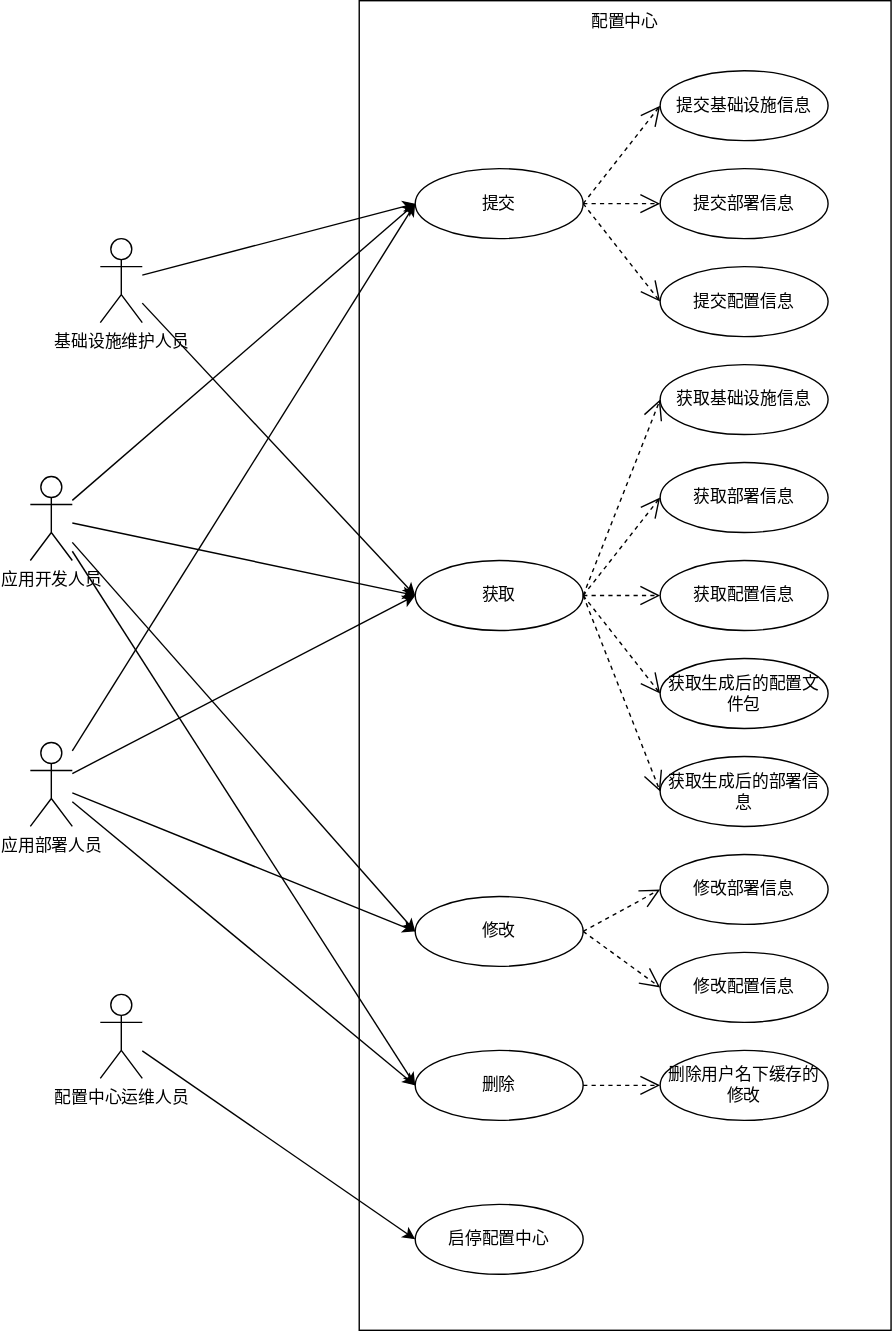
The draw.io diagram docs/images/需规/用例图1.2.svg in dalgorithm-bastar/configer, before a commit. Source tidied: cells renumbered, new cells last; positions are measured from the earlier drawing's top-left corner, leaving out a move shared by most shapes.
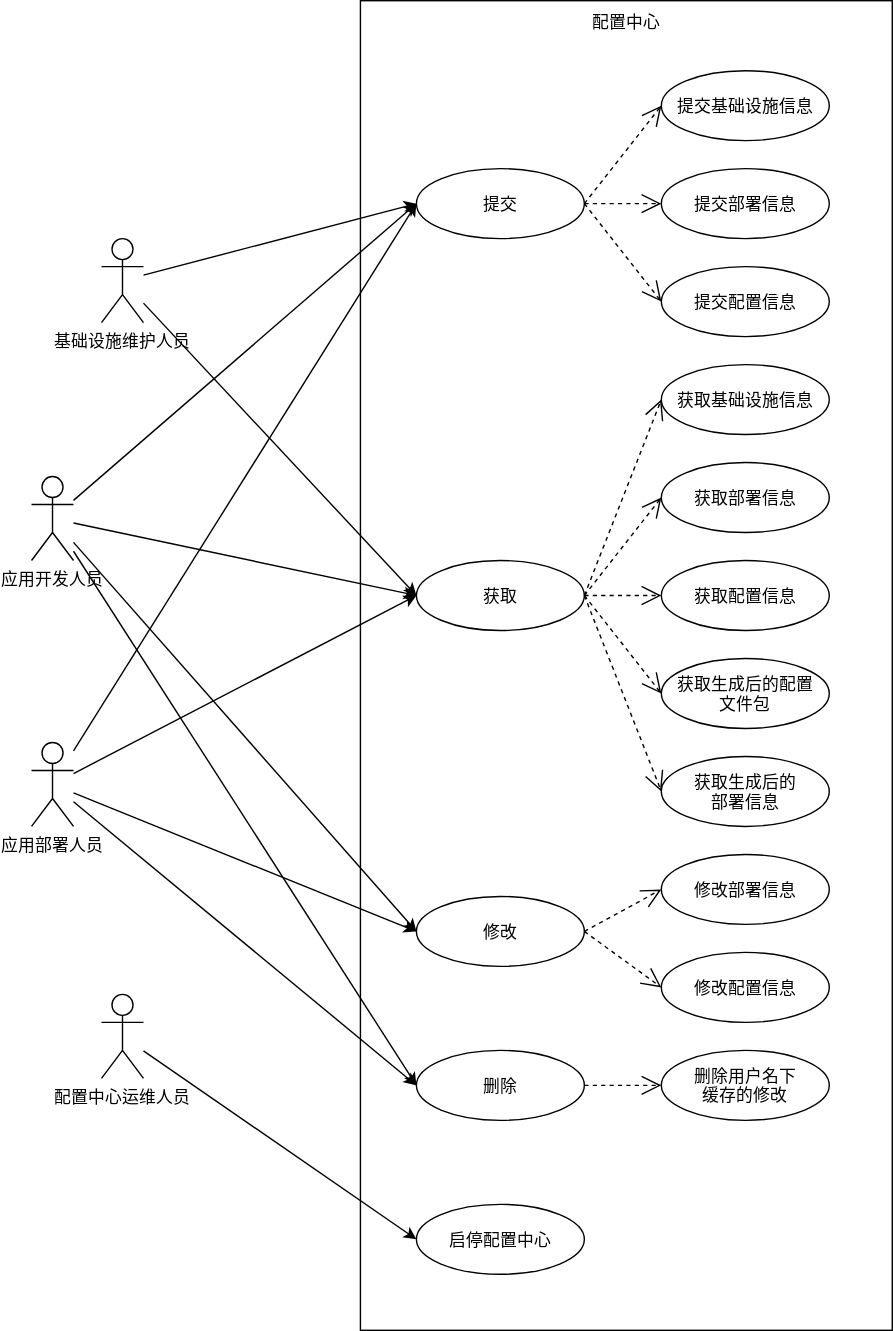
The same diagram one commit later.

Diff of the diagram source:
```diff
@@ -11,7 +11,7 @@
     <mxCell id="4" style="edgeStyle=none;html=1;entryX=0;entryY=0.5;entryDx=0;entryDy=0;" parent="1" edge="1" source="5" target="26">
       <mxGeometry relative="1" as="geometry" />
     </mxCell>
-    <mxCell id="5" value="基础设施维护人员" style="shape=umlActor;verticalLabelPosition=bottom;verticalAlign=top;html=1;" parent="1" vertex="1">
+    <mxCell id="5" value="基础设施维护人员" style="shape=umlActor;verticalLabelPosition=bottom;verticalAlign=top;" parent="1" vertex="1">
       <mxGeometry x="50" y="170" width="30" height="60" as="geometry" />
     </mxCell>
     <mxCell id="6" style="edgeStyle=none;html=1;entryX=0;entryY=0.5;entryDx=0;entryDy=0;" parent="1" edge="1" source="10" target="19">
@@ -26,7 +26,7 @@
     <mxCell id="9" style="edgeStyle=none;html=1;entryX=0;entryY=0.5;entryDx=0;entryDy=0;" parent="1" edge="1" source="10" target="43">
       <mxGeometry relative="1" as="geometry" />
     </mxCell>
-    <mxCell id="10" value="应用开发人员" style="shape=umlActor;verticalLabelPosition=bottom;verticalAlign=top;html=1;" parent="1" vertex="1">
+    <mxCell id="10" value="应用开发人员" style="shape=umlActor;verticalLabelPosition=bottom;verticalAlign=top;" parent="1" vertex="1">
       <mxGeometry y="340" width="30" height="60" as="geometry" />
     </mxCell>
     <mxCell id="11" style="edgeStyle=none;html=1;entryX=0;entryY=0.5;entryDx=0;entryDy=0;" parent="1" edge="1" source="15" target="19">
@@ -41,31 +41,31 @@
     <mxCell id="14" style="edgeStyle=none;html=1;entryX=0;entryY=0.5;entryDx=0;entryDy=0;" parent="1" edge="1" source="15" target="43">
       <mxGeometry relative="1" as="geometry" />
     </mxCell>
-    <mxCell id="15" value="应用部署人员" style="shape=umlActor;verticalLabelPosition=bottom;verticalAlign=top;html=1;" parent="1" vertex="1">
+    <mxCell id="15" value="应用部署人员" style="shape=umlActor;verticalLabelPosition=bottom;verticalAlign=top;" parent="1" vertex="1">
       <mxGeometry y="530" width="30" height="60" as="geometry" />
     </mxCell>
     <mxCell id="16" style="edgeStyle=none;html=1;entryX=0;entryY=0.5;entryDx=0;entryDy=0;" parent="1" edge="1" source="17" target="37">
       <mxGeometry relative="1" as="geometry" />
     </mxCell>
-    <mxCell id="17" value="配置中心运维人员" style="shape=umlActor;verticalLabelPosition=bottom;verticalAlign=top;html=1;" parent="1" vertex="1">
+    <mxCell id="17" value="配置中心运维人员" style="shape=umlActor;verticalLabelPosition=bottom;verticalAlign=top;" parent="1" vertex="1">
       <mxGeometry x="50" y="710" width="30" height="60" as="geometry" />
     </mxCell>
-    <mxCell id="18" value="配置中心" style="text;html=1;strokeColor=none;fillColor=none;align=center;verticalAlign=middle;whiteSpace=wrap;rounded=0;" parent="1" vertex="1">
+    <mxCell id="18" value="配置中心" style="text;strokeColor=none;fillColor=none;align=center;verticalAlign=middle;rounded=0;" parent="1" vertex="1">
       <mxGeometry x="395" width="60" height="30" as="geometry" />
     </mxCell>
-    <mxCell id="19" value="提交" style="ellipse;whiteSpace=wrap;html=1;" parent="1" vertex="1">
+    <mxCell id="19" value="提交" style="ellipse;" parent="1" vertex="1">
       <mxGeometry x="275" y="120" width="120" height="50" as="geometry" />
     </mxCell>
-    <mxCell id="20" value="提交基础设施信息" style="ellipse;whiteSpace=wrap;html=1;" parent="1" vertex="1">
+    <mxCell id="20" value="提交基础设施信息" style="ellipse;" parent="1" vertex="1">
       <mxGeometry x="450" y="50" width="120" height="50" as="geometry" />
     </mxCell>
     <mxCell id="21" style="endArrow=open;endSize=12;dashed=1;html=1;exitX=1;exitY=0.5;exitDx=0;exitDy=0;entryX=0;entryY=0.5;entryDx=0;entryDy=0;" parent="1" edge="1" source="19" target="20">
       <mxGeometry relative="1" as="geometry" />
     </mxCell>
-    <mxCell id="22" value="提交部署信息" style="ellipse;whiteSpace=wrap;html=1;" parent="1" vertex="1">
+    <mxCell id="22" value="提交部署信息" style="ellipse;" parent="1" vertex="1">
       <mxGeometry x="450" y="120" width="120" height="50" as="geometry" />
     </mxCell>
-    <mxCell id="23" value="提交配置信息" style="ellipse;whiteSpace=wrap;html=1;" parent="1" vertex="1">
+    <mxCell id="23" value="提交配置信息" style="ellipse;" parent="1" vertex="1">
       <mxGeometry x="450" y="190" width="120" height="50" as="geometry" />
     </mxCell>
     <mxCell id="24" style="endArrow=open;endSize=12;dashed=1;html=1;exitX=1;exitY=0.5;exitDx=0;exitDy=0;entryX=0;entryY=0.5;entryDx=0;entryDy=0;" parent="1" edge="1" source="19" target="22">
@@ -74,19 +74,19 @@
     <mxCell id="25" style="endArrow=open;endSize=12;dashed=1;html=1;exitX=1;exitY=0.5;exitDx=0;exitDy=0;entryX=0;entryY=0.5;entryDx=0;entryDy=0;" parent="1" edge="1" source="19" target="23">
       <mxGeometry relative="1" as="geometry" />
     </mxCell>
-    <mxCell id="26" value="获取" style="ellipse;whiteSpace=wrap;html=1;" parent="1" vertex="1">
+    <mxCell id="26" value="获取" style="ellipse;" parent="1" vertex="1">
       <mxGeometry x="275" y="400" width="120" height="50" as="geometry" />
     </mxCell>
-    <mxCell id="27" value="获取基础设施信息" style="ellipse;whiteSpace=wrap;html=1;" parent="1" vertex="1">
+    <mxCell id="27" value="获取基础设施信息" style="ellipse;" parent="1" vertex="1">
       <mxGeometry x="450" y="260" width="120" height="50" as="geometry" />
     </mxCell>
     <mxCell id="28" style="endArrow=open;endSize=12;dashed=1;html=1;exitX=1;exitY=0.5;exitDx=0;exitDy=0;entryX=0;entryY=0.5;entryDx=0;entryDy=0;" parent="1" edge="1" source="26" target="27">
       <mxGeometry relative="1" as="geometry" />
     </mxCell>
-    <mxCell id="29" value="获取部署信息" style="ellipse;whiteSpace=wrap;html=1;" parent="1" vertex="1">
+    <mxCell id="29" value="获取部署信息" style="ellipse;" parent="1" vertex="1">
       <mxGeometry x="450" y="330" width="120" height="50" as="geometry" />
     </mxCell>
-    <mxCell id="30" value="获取配置信息" style="ellipse;whiteSpace=wrap;html=1;" parent="1" vertex="1">
+    <mxCell id="30" value="获取配置信息" style="ellipse;" parent="1" vertex="1">
       <mxGeometry x="450" y="400" width="120" height="50" as="geometry" />
     </mxCell>
     <mxCell id="31" style="endArrow=open;endSize=12;dashed=1;html=1;exitX=1;exitY=0.5;exitDx=0;exitDy=0;entryX=0;entryY=0.5;entryDx=0;entryDy=0;" parent="1" edge="1" source="26" target="29">
@@ -95,10 +95,10 @@
     <mxCell id="32" style="endArrow=open;endSize=12;dashed=1;html=1;exitX=1;exitY=0.5;exitDx=0;exitDy=0;entryX=0;entryY=0.5;entryDx=0;entryDy=0;" parent="1" edge="1" source="26" target="30">
       <mxGeometry relative="1" as="geometry" />
     </mxCell>
-    <mxCell id="33" value="获取生成后的配置文件包" style="ellipse;whiteSpace=wrap;html=1;" parent="1" vertex="1">
+    <mxCell id="33" value="获取生成后的配置&#10;文件包" style="ellipse;" parent="1" vertex="1">
       <mxGeometry x="450" y="470" width="120" height="50" as="geometry" />
     </mxCell>
-    <mxCell id="34" value="获取生成后的部署信息" style="ellipse;whiteSpace=wrap;html=1;" parent="1" vertex="1">
+    <mxCell id="34" value="获取生成后的&#10;部署信息" style="ellipse;" parent="1" vertex="1">
       <mxGeometry x="450" y="540" width="120" height="50" as="geometry" />
     </mxCell>
     <mxCell id="35" style="endArrow=open;endSize=12;dashed=1;html=1;exitX=1;exitY=0.5;exitDx=0;exitDy=0;entryX=0;entryY=0.5;entryDx=0;entryDy=0;" parent="1" edge="1" source="26" target="33">
@@ -107,16 +107,16 @@
     <mxCell id="36" style="endArrow=open;endSize=12;dashed=1;html=1;exitX=1;exitY=0.5;exitDx=0;exitDy=0;entryX=0;entryY=0.5;entryDx=0;entryDy=0;" parent="1" edge="1" source="26" target="34">
       <mxGeometry relative="1" as="geometry" />
     </mxCell>
-    <mxCell id="37" value="启停配置中心" style="ellipse;whiteSpace=wrap;html=1;" parent="1" vertex="1">
+    <mxCell id="37" value="启停配置中心" style="ellipse;" parent="1" vertex="1">
       <mxGeometry x="275" y="860" width="120" height="50" as="geometry" />
     </mxCell>
-    <mxCell id="38" value="修改" style="ellipse;whiteSpace=wrap;html=1;" parent="1" vertex="1">
+    <mxCell id="38" value="修改" style="ellipse;" parent="1" vertex="1">
       <mxGeometry x="275" y="640" width="120" height="50" as="geometry" />
     </mxCell>
-    <mxCell id="39" value="修改部署信息" style="ellipse;whiteSpace=wrap;html=1;" parent="1" vertex="1">
+    <mxCell id="39" value="修改部署信息" style="ellipse;" parent="1" vertex="1">
       <mxGeometry x="450" y="610" width="120" height="50" as="geometry" />
     </mxCell>
-    <mxCell id="40" value="修改配置信息" style="ellipse;whiteSpace=wrap;html=1;" parent="1" vertex="1">
+    <mxCell id="40" value="修改配置信息" style="ellipse;" parent="1" vertex="1">
       <mxGeometry x="450" y="680" width="120" height="50" as="geometry" />
     </mxCell>
     <mxCell id="41" style="endArrow=open;endSize=12;dashed=1;html=1;exitX=1;exitY=0.5;exitDx=0;exitDy=0;entryX=0;entryY=0.5;entryDx=0;entryDy=0;" parent="1" edge="1" source="38" target="39">
@@ -125,10 +125,10 @@
     <mxCell id="42" style="endArrow=open;endSize=12;dashed=1;html=1;exitX=1;exitY=0.5;exitDx=0;exitDy=0;entryX=0;entryY=0.5;entryDx=0;entryDy=0;" parent="1" edge="1" source="38" target="40">
       <mxGeometry relative="1" as="geometry" />
     </mxCell>
-    <mxCell id="43" value="删除" style="ellipse;whiteSpace=wrap;html=1;" parent="1" vertex="1">
+    <mxCell id="43" value="删除" style="ellipse;" parent="1" vertex="1">
       <mxGeometry x="275" y="750" width="120" height="50" as="geometry" />
     </mxCell>
-    <mxCell id="44" value="删除用户名下缓存的修改" style="ellipse;whiteSpace=wrap;html=1;" parent="1" vertex="1">
+    <mxCell id="44" value="删除用户名下&#10;缓存的修改" style="ellipse;" parent="1" vertex="1">
       <mxGeometry x="450" y="750" width="120" height="50" as="geometry" />
     </mxCell>
     <mxCell id="45" style="endArrow=open;endSize=12;dashed=1;html=1;exitX=1;exitY=0.5;exitDx=0;exitDy=0;entryX=0;entryY=0.5;entryDx=0;entryDy=0;" parent="1" edge="1" source="43" target="44">
```
